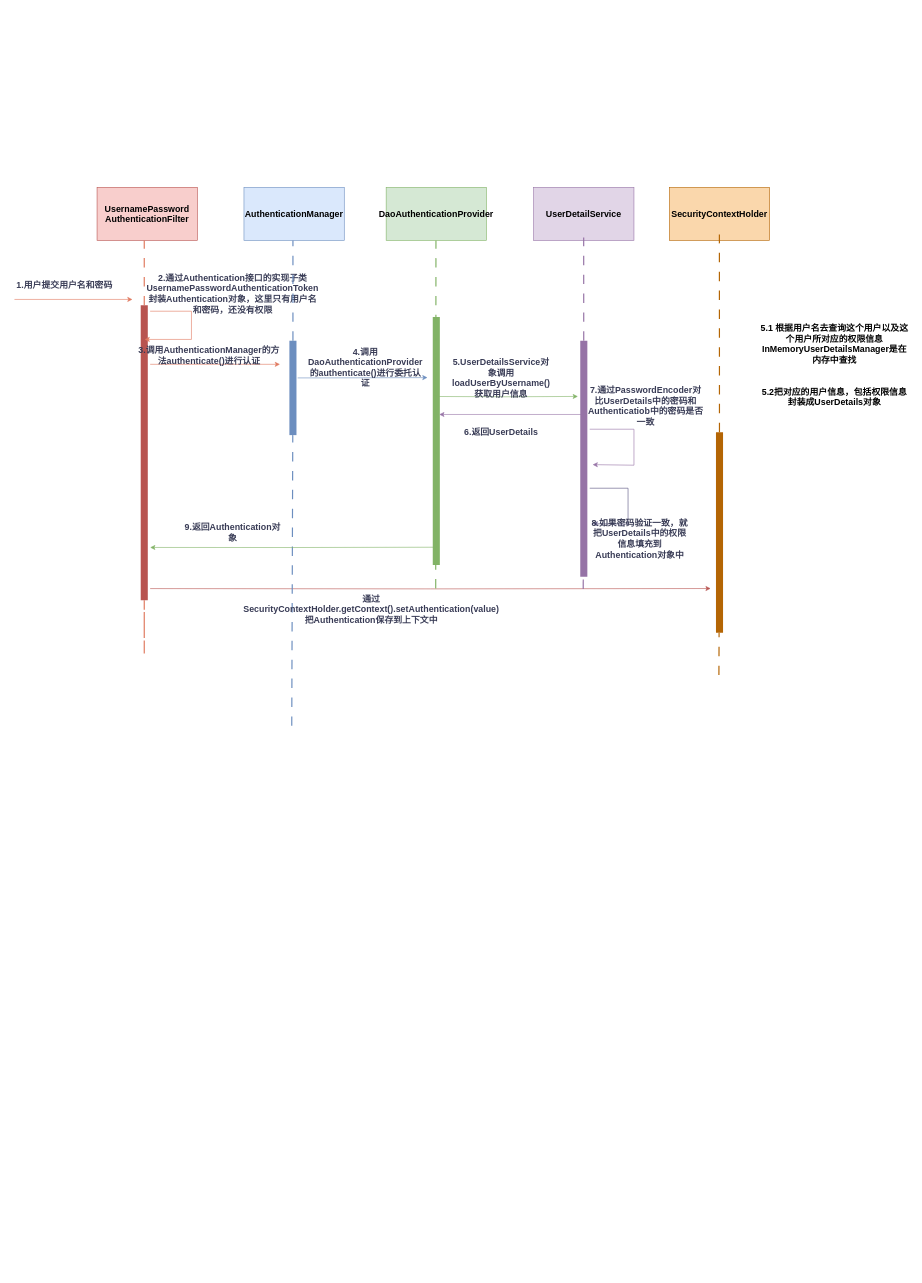
Before: springsecurity入门案例认证流程图.drawio in pkqzyh/pkqzyh.github.io, a draw.io diagram. Source tidied: cells renumbered, new cells numbered last; positions are measured from the earlier drawing's top-left corner, leaving out a move shared by most shapes. Both pictures are drawn from the tidied source at 59%, with x=0, y=0 at pixel (14, 187).
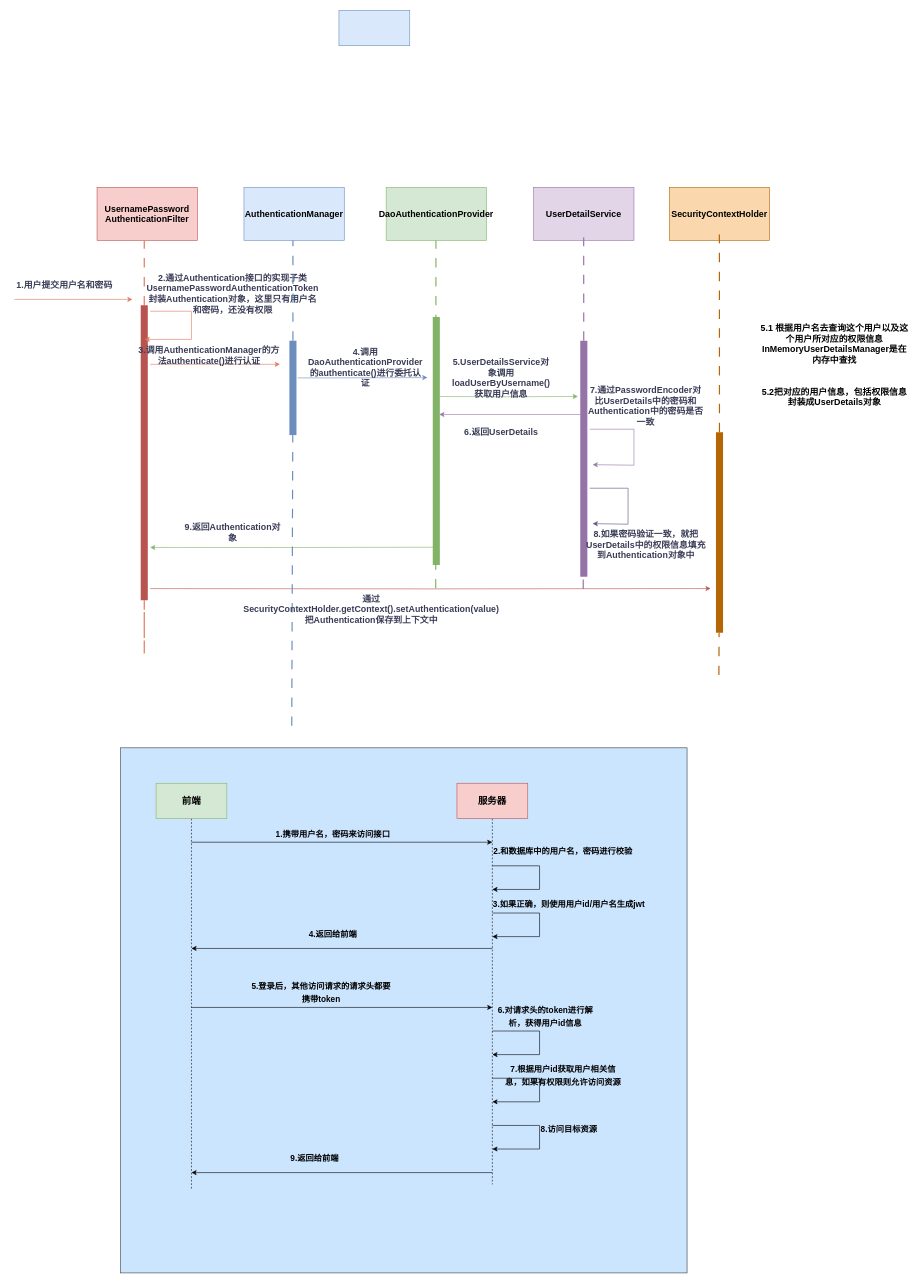
The same diagram, later.

Commit message:
更新springsecurity入门案例认证流程图.drawio

Diff of the diagram source:
```diff
@@
+    <mxCell id="43" value="&lt;span style=&quot;font-size: 16px;&quot;&gt;&lt;b&gt;&amp;nbsp;&lt;/b&gt;&lt;/span&gt;" style="rounded=0;whiteSpace=wrap;html=1;fillColor=#cce5ff;strokeColor=#36393d;" parent="1" vertex="1">
+      <mxGeometry x="180" y="950" width="960" height="890" as="geometry" />
+    </mxCell>
@@
-    <mxCell id="29" value="&lt;font style=&quot;font-size: 15px;&quot;&gt;7.通过PasswordEncoder对比UserDetails中的密码和Authenticatiob中的密码是否一致&lt;/font&gt;" style="text;html=1;align=center;verticalAlign=middle;whiteSpace=wrap;rounded=0;fontColor=#393C56;fontStyle=1;fontSize=15;" parent="1" vertex="1">
+    <mxCell id="29" value="&lt;font style=&quot;font-size: 15px;&quot;&gt;7.通过PasswordEncoder对比UserDetails中的密码和Authentication中的密码是否一致&lt;/font&gt;" style="text;html=1;align=center;verticalAlign=middle;whiteSpace=wrap;rounded=0;fontColor=#393C56;fontStyle=1;fontSize=15;" parent="1" vertex="1">
       <mxGeometry x="970" y="355" width="200" height="30" as="geometry" />
     </mxCell>
@@
     <mxCell id="37" value="&lt;font style=&quot;font-size: 15px;&quot;&gt;8.如果密码验证一致，就把UserDetails中的权限信息填充到Authentication对象中&lt;/font&gt;" style="text;html=1;align=center;verticalAlign=middle;whiteSpace=wrap;rounded=0;fontColor=#393C56;fontStyle=1;fontSize=15;" parent="1" vertex="1">
-      <mxGeometry x="975" y="580" width="170" height="30" as="geometry" />
+      <mxGeometry x="962.5" y="590" width="215" height="30" as="geometry" />
     </mxCell>
@@
+    <mxCell id="44" style="edgeStyle=orthogonalEdgeStyle;rounded=0;jettySize=auto;html=1;dashed=1;endArrow=none;endFill=0;" parent="1" edge="1" source="45">
+      <mxGeometry relative="1" as="geometry">
+        <mxPoint x="300" y="1700" as="targetPoint" />
+      </mxGeometry>
+    </mxCell>
+    <mxCell id="45" value="&lt;span style=&quot;font-size: 16px;&quot;&gt;&lt;b&gt;前端&lt;/b&gt;&lt;/span&gt;" style="rounded=0;whiteSpace=wrap;html=1;fillColor=#d5e8d4;strokeColor=#82b366;" parent="1" vertex="1">
+      <mxGeometry x="240" y="1010" width="120" height="60" as="geometry" />
+    </mxCell>
+    <mxCell id="46" style="edgeStyle=orthogonalEdgeStyle;rounded=0;jettySize=auto;html=1;dashed=1;endArrow=none;endFill=0;" parent="1" edge="1" source="47">
+      <mxGeometry relative="1" as="geometry">
+        <mxPoint x="810" y="1690" as="targetPoint" />
+      </mxGeometry>
+    </mxCell>
+    <mxCell id="47" value="&lt;span style=&quot;font-size: 16px;&quot;&gt;&lt;b&gt;服务器&lt;/b&gt;&lt;/span&gt;" style="rounded=0;whiteSpace=wrap;html=1;fillColor=#f8cecc;strokeColor=#b85450;" parent="1" vertex="1">
+      <mxGeometry x="750" y="1010" width="120" height="60" as="geometry" />
+    </mxCell>
+    <mxCell id="48" style="endArrow=classic;html=1;rounded=0;" parent="1" edge="1">
+      <mxGeometry relative="1" as="geometry">
+        <mxPoint x="300" y="1110" as="sourcePoint" />
+        <mxPoint x="810" y="1110" as="targetPoint" />
+      </mxGeometry>
+    </mxCell>
+    <mxCell id="49" value="&lt;b style=&quot;&quot;&gt;&lt;font style=&quot;font-size: 14px;&quot;&gt;1.携带用户名，密码来访问接口&lt;/font&gt;&lt;/b&gt;" style="text;html=1;align=center;verticalAlign=middle;whiteSpace=wrap;rounded=0;fontSize=18;" parent="1" vertex="1">
+      <mxGeometry x="420" y="1080" width="240" height="30" as="geometry" />
+    </mxCell>
+    <mxCell id="50" style="endArrow=none;html=1;rounded=0;endFill=0;" parent="1" edge="1">
+      <mxGeometry relative="1" as="geometry">
+        <mxPoint x="810" y="1150" as="sourcePoint" />
+        <mxPoint x="890" y="1150" as="targetPoint" />
+      </mxGeometry>
+    </mxCell>
+    <mxCell id="51" style="endArrow=none;html=1;rounded=0;endFill=0;" parent="1" edge="1">
+      <mxGeometry relative="1" as="geometry">
+        <mxPoint x="890" y="1150" as="sourcePoint" />
+        <mxPoint x="890" y="1190" as="targetPoint" />
+      </mxGeometry>
+    </mxCell>
+    <mxCell id="52" style="endArrow=classic;html=1;rounded=0;" parent="1" edge="1">
+      <mxGeometry relative="1" as="geometry">
+        <mxPoint x="890" y="1190" as="sourcePoint" />
+        <mxPoint x="810" y="1190" as="targetPoint" />
+      </mxGeometry>
+    </mxCell>
+    <mxCell id="53" value="&lt;b style=&quot;&quot;&gt;&lt;font style=&quot;font-size: 14px;&quot;&gt;2.和数据库中的用户名，密码进行校验&lt;/font&gt;&lt;/b&gt;" style="text;html=1;align=center;verticalAlign=middle;whiteSpace=wrap;rounded=0;fontSize=18;" parent="1" vertex="1">
+      <mxGeometry x="810" y="1110" width="240" height="30" as="geometry" />
+    </mxCell>
+    <mxCell id="54" style="endArrow=none;html=1;rounded=0;endFill=0;" parent="1" edge="1">
+      <mxGeometry relative="1" as="geometry">
+        <mxPoint x="810" y="1230" as="sourcePoint" />
+        <mxPoint x="890" y="1230" as="targetPoint" />
+      </mxGeometry>
+    </mxCell>
+    <mxCell id="55" style="endArrow=none;html=1;rounded=0;endFill=0;" parent="1" edge="1">
+      <mxGeometry relative="1" as="geometry">
+        <mxPoint x="890" y="1230" as="sourcePoint" />
+        <mxPoint x="890" y="1270" as="targetPoint" />
+      </mxGeometry>
+    </mxCell>
+    <mxCell id="56" style="endArrow=classic;html=1;rounded=0;" parent="1" edge="1">
+      <mxGeometry relative="1" as="geometry">
+        <mxPoint x="890" y="1270" as="sourcePoint" />
+        <mxPoint x="810" y="1270" as="targetPoint" />
+      </mxGeometry>
+    </mxCell>
+    <mxCell id="57" value="&lt;b style=&quot;&quot;&gt;&lt;font style=&quot;font-size: 14px;&quot;&gt;3.如果正确，则使用用户id/用户名生成jwt&lt;/font&gt;&lt;/b&gt;" style="text;html=1;align=center;verticalAlign=middle;whiteSpace=wrap;rounded=0;fontSize=18;" parent="1" vertex="1">
+      <mxGeometry x="810" y="1200" width="260" height="30" as="geometry" />
+    </mxCell>
+    <mxCell id="58" style="endArrow=classic;html=1;rounded=0;" parent="1" edge="1">
+      <mxGeometry relative="1" as="geometry">
+        <mxPoint x="810" y="1290" as="sourcePoint" />
+        <mxPoint x="300" y="1290" as="targetPoint" />
+      </mxGeometry>
+    </mxCell>
+    <mxCell id="59" value="&lt;b style=&quot;&quot;&gt;&lt;font style=&quot;font-size: 14px;&quot;&gt;4.返回给前端&lt;/font&gt;&lt;/b&gt;" style="text;html=1;align=center;verticalAlign=middle;whiteSpace=wrap;rounded=0;fontSize=18;" parent="1" vertex="1">
+      <mxGeometry x="420" y="1250" width="240" height="30" as="geometry" />
+    </mxCell>
+    <mxCell id="60" style="endArrow=classic;html=1;rounded=0;" parent="1" edge="1">
+      <mxGeometry relative="1" as="geometry">
+        <mxPoint x="300" y="1390" as="sourcePoint" />
+        <mxPoint x="810" y="1390" as="targetPoint" />
+      </mxGeometry>
+    </mxCell>
+    <mxCell id="61" value="&lt;b style=&quot;&quot;&gt;&lt;font style=&quot;font-size: 14px;&quot;&gt;5.登录后，其他访问请求的请求头都要携带token&lt;/font&gt;&lt;/b&gt;" style="text;html=1;align=center;verticalAlign=middle;whiteSpace=wrap;rounded=0;fontSize=18;" parent="1" vertex="1">
+      <mxGeometry x="400" y="1350" width="240" height="30" as="geometry" />
+    </mxCell>
+    <mxCell id="62" style="endArrow=none;html=1;rounded=0;endFill=0;" parent="1" edge="1">
+      <mxGeometry relative="1" as="geometry">
+        <mxPoint x="810" y="1430" as="sourcePoint" />
+        <mxPoint x="890" y="1430" as="targetPoint" />
+      </mxGeometry>
+    </mxCell>
+    <mxCell id="63" style="endArrow=none;html=1;rounded=0;endFill=0;" parent="1" edge="1">
+      <mxGeometry relative="1" as="geometry">
+        <mxPoint x="890" y="1430" as="sourcePoint" />
+        <mxPoint x="890" y="1470" as="targetPoint" />
+      </mxGeometry>
+    </mxCell>
+    <mxCell id="64" value="&lt;b style=&quot;&quot;&gt;&lt;font style=&quot;font-size: 14px;&quot;&gt;6.对请求头的token进行解析，获得用户id信息&lt;/font&gt;&lt;/b&gt;" style="text;html=1;align=center;verticalAlign=middle;whiteSpace=wrap;rounded=0;fontSize=18;" parent="1" vertex="1">
+      <mxGeometry x="810" y="1390" width="180" height="30" as="geometry" />
+    </mxCell>
+    <mxCell id="65" style="endArrow=classic;html=1;rounded=0;" parent="1" edge="1">
+      <mxGeometry relative="1" as="geometry">
+        <mxPoint x="890" y="1470" as="sourcePoint" />
+        <mxPoint x="810" y="1470" as="targetPoint" />
+      </mxGeometry>
+    </mxCell>
+    <mxCell id="66" style="endArrow=none;html=1;rounded=0;endFill=0;" parent="1" edge="1">
+      <mxGeometry relative="1" as="geometry">
+        <mxPoint x="810" y="1510" as="sourcePoint" />
+        <mxPoint x="890" y="1510" as="targetPoint" />
+      </mxGeometry>
+    </mxCell>
+    <mxCell id="67" style="endArrow=none;html=1;rounded=0;endFill=0;" parent="1" edge="1">
+      <mxGeometry relative="1" as="geometry">
+        <mxPoint x="890" y="1510" as="sourcePoint" />
+        <mxPoint x="890" y="1550" as="targetPoint" />
+      </mxGeometry>
+    </mxCell>
+    <mxCell id="68" style="endArrow=classic;html=1;rounded=0;" parent="1" edge="1">
+      <mxGeometry relative="1" as="geometry">
+        <mxPoint x="890" y="1550" as="sourcePoint" />
+        <mxPoint x="810" y="1550" as="targetPoint" />
+      </mxGeometry>
+    </mxCell>
+    <mxCell id="69" value="&lt;b style=&quot;&quot;&gt;&lt;font style=&quot;font-size: 14px;&quot;&gt;7.根据用户id获取用户相关信息，如果有权限则允许访问资源&lt;/font&gt;&lt;/b&gt;" style="text;html=1;align=center;verticalAlign=middle;whiteSpace=wrap;rounded=0;fontSize=18;" parent="1" vertex="1">
+      <mxGeometry x="830" y="1490" width="200" height="30" as="geometry" />
+    </mxCell>
+    <mxCell id="70" style="endArrow=none;html=1;rounded=0;endFill=0;" parent="1" edge="1">
+      <mxGeometry relative="1" as="geometry">
+        <mxPoint x="810" y="1590" as="sourcePoint" />
+        <mxPoint x="890" y="1590" as="targetPoint" />
+      </mxGeometry>
+    </mxCell>
+    <mxCell id="71" style="endArrow=none;html=1;rounded=0;endFill=0;" parent="1" edge="1">
+      <mxGeometry relative="1" as="geometry">
+        <mxPoint x="890" y="1590" as="sourcePoint" />
+        <mxPoint x="890" y="1630" as="targetPoint" />
+      </mxGeometry>
+    </mxCell>
+    <mxCell id="72" style="endArrow=classic;html=1;rounded=0;" parent="1" edge="1">
+      <mxGeometry relative="1" as="geometry">
+        <mxPoint x="890" y="1630" as="sourcePoint" />
+        <mxPoint x="810" y="1630" as="targetPoint" />
+      </mxGeometry>
+    </mxCell>
+    <mxCell id="73" value="&lt;b style=&quot;&quot;&gt;&lt;font style=&quot;font-size: 14px;&quot;&gt;8.访问目标资源&lt;/font&gt;&lt;/b&gt;" style="text;html=1;align=center;verticalAlign=middle;whiteSpace=wrap;rounded=0;fontSize=18;" parent="1" vertex="1">
+      <mxGeometry x="820" y="1580" width="240" height="30" as="geometry" />
+    </mxCell>
+    <mxCell id="74" style="endArrow=classic;html=1;rounded=0;" parent="1" edge="1">
+      <mxGeometry relative="1" as="geometry">
+        <mxPoint x="810" y="1670" as="sourcePoint" />
+        <mxPoint x="300" y="1670" as="targetPoint" />
+      </mxGeometry>
+    </mxCell>
+    <mxCell id="75" value="&lt;b style=&quot;&quot;&gt;&lt;font style=&quot;font-size: 14px;&quot;&gt;9.返回给前端&lt;/font&gt;&lt;/b&gt;" style="text;html=1;align=center;verticalAlign=middle;whiteSpace=wrap;rounded=0;fontSize=18;" parent="1" vertex="1">
+      <mxGeometry x="389" y="1630" width="240" height="30" as="geometry" />
+    </mxCell>
+    <mxCell id="76" value="&lt;span style=&quot;font-size: 16px;&quot;&gt;&lt;b&gt;&amp;nbsp;&lt;/b&gt;&lt;/span&gt;" style="rounded=0;whiteSpace=wrap;html=1;fillColor=#dae8fc;strokeColor=#6c8ebf;" parent="1" vertex="1">
+      <mxGeometry x="550" y="-300" width="120" height="60" as="geometry" />
+    </mxCell>
```
